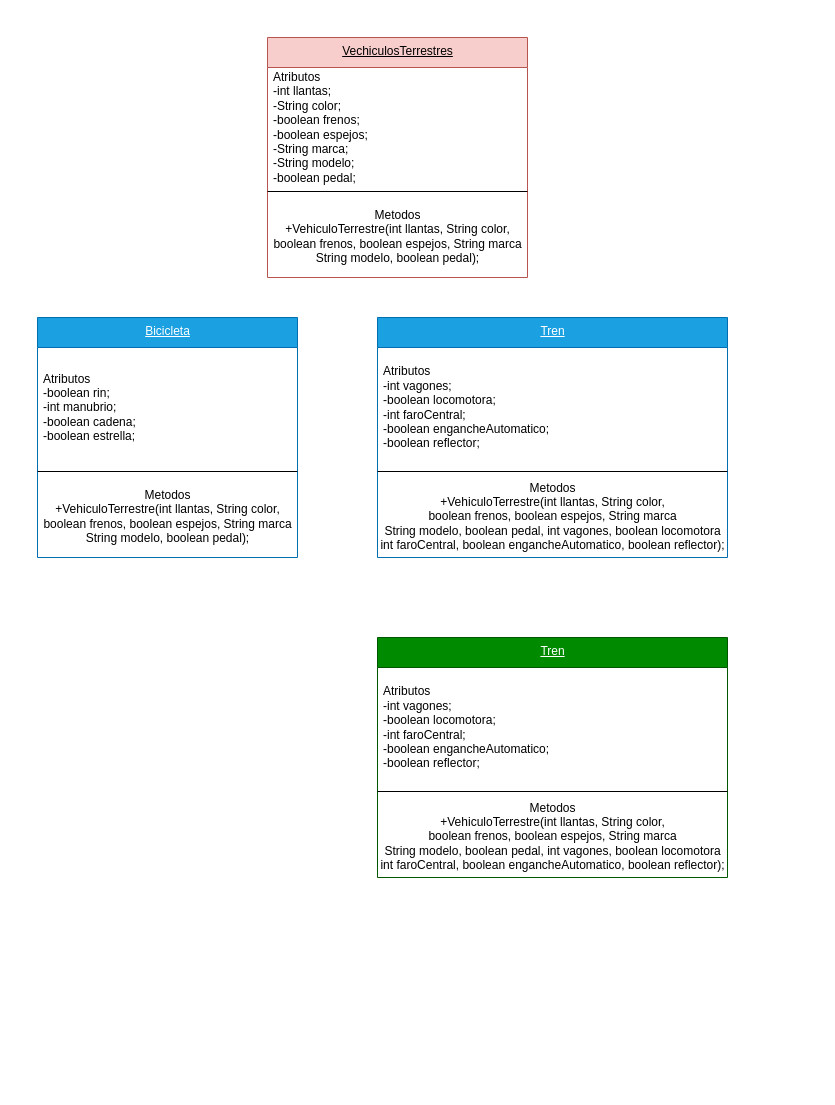
Above: page "Page-1" (1 of 2) of practica7.drawio in alan-carrasco/Pr-ctica (draw.io), before the change. Source tidied: cells renumbered, new cells numbered last; positions are measured from the earlier drawing's top-left corner, leaving out a move shared by most shapes. Both pictures are drawn from the tidied source at 100%, with x=0, y=0 at pixel (37, 37).
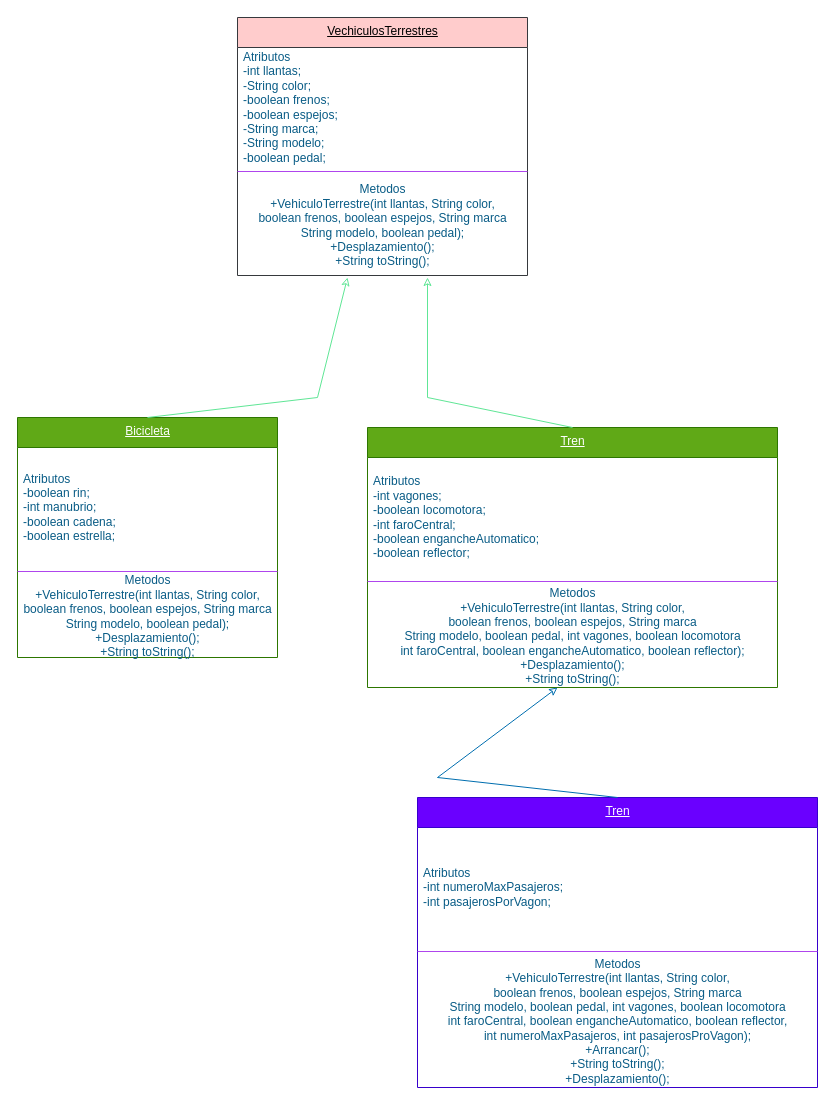
Above is the later version.

The edit, as a diff of the source:
```diff
@@
-    <mxCell id="2" value="Bicicleta" style="swimlane;fontStyle=4;align=center;verticalAlign=top;horizontal=1;startSize=30;html=1;fillColor=#1ba1e2;strokeColor=#006EAF;fontColor=#ffffff;" parent="1" vertex="1">
-      <mxGeometry y="280" width="260" height="240" as="geometry" />
+    <mxCell id="2" value="Bicicleta" style="swimlane;fontStyle=4;align=center;verticalAlign=top;horizontal=1;startSize=30;html=1;fillColor=#60a917;strokeColor=#2D7600;fontColor=#ffffff;" parent="1" vertex="1">
+      <mxGeometry x="-20" y="380" width="260" height="240" as="geometry" />
     </mxCell>
-    <mxCell id="3" value="&lt;div&gt;Atributos&lt;/div&gt;&lt;div&gt;-boolean rin;&lt;/div&gt;&lt;div&gt;-&lt;span style=&quot;white-space: pre&quot;&gt;&lt;/span&gt;int manubrio;&lt;/div&gt;&lt;div&gt;-boolean cadena;&lt;/div&gt;&lt;div&gt;-boolean estrella;&lt;/div&gt;" style="html=1;strokeColor=none;fillColor=none;align=left;verticalAlign=middle;spacingLeft=4;spacingRight=4;" parent="2" vertex="1">
+    <mxCell id="3" value="&lt;div&gt;Atributos&lt;/div&gt;&lt;div&gt;-boolean rin;&lt;/div&gt;&lt;div&gt;-&lt;span style=&quot;white-space: pre&quot;&gt;&lt;/span&gt;int manubrio;&lt;/div&gt;&lt;div&gt;-boolean cadena;&lt;/div&gt;&lt;div&gt;-boolean estrella;&lt;/div&gt;" style="html=1;strokeColor=none;fillColor=none;align=left;verticalAlign=middle;spacingLeft=4;spacingRight=4;fontColor=#095C86;" parent="2" vertex="1">
       <mxGeometry y="30" width="260" height="120" as="geometry" />
     </mxCell>
-    <mxCell id="4" style="line;strokeWidth=1;fillColor=none;align=left;verticalAlign=middle;spacingTop=-1;spacingLeft=3;spacingRight=3;labelPosition=right;" parent="2" vertex="1">
+    <mxCell id="4" style="line;strokeWidth=1;fillColor=none;align=left;verticalAlign=middle;spacingTop=-1;spacingLeft=3;spacingRight=3;labelPosition=right;strokeColor=#AF45ED;fontColor=#095C86;" parent="2" vertex="1">
       <mxGeometry y="150" width="260" height="8" as="geometry" />
     </mxCell>
-    <mxCell id="5" value="&lt;div&gt;Metodos&lt;/div&gt;&lt;div&gt;+VehiculoTerrestre(int llantas, String color, &lt;br&gt;boolean frenos, boolean espejos, String marca&lt;br&gt;String modelo, boolean pedal);&lt;br&gt;&lt;/div&gt;" style="html=1;strokeColor=none;fillColor=none;align=center;verticalAlign=middle;spacingLeft=4;spacingRight=4;" parent="2" vertex="1">
+    <mxCell id="5" value="&lt;div&gt;Metodos&lt;/div&gt;&lt;div&gt;+VehiculoTerrestre(int llantas, String color, &lt;br&gt;boolean frenos, boolean espejos, String marca&lt;br&gt;String modelo, boolean pedal);&lt;/div&gt;&lt;div&gt;+Desplazamiento();&lt;/div&gt;&lt;div&gt;+String toString();&lt;br&gt;&lt;/div&gt;" style="html=1;strokeColor=none;fillColor=none;align=center;verticalAlign=middle;spacingLeft=4;spacingRight=4;fontColor=#095C86;" parent="2" vertex="1">
       <mxGeometry y="158" width="260" height="82" as="geometry" />
     </mxCell>
-    <mxCell id="6" value="VechiculosTerrestres" style="swimlane;fontStyle=4;align=center;verticalAlign=top;horizontal=1;startSize=30;html=1;fillColor=#f8cecc;strokeColor=#b85450;" parent="1" vertex="1">
-      <mxGeometry x="230" width="260" height="240" as="geometry" />
+    <mxCell id="6" value="VechiculosTerrestres" style="swimlane;fontStyle=4;align=center;verticalAlign=top;horizontal=1;startSize=30;html=1;fillColor=#ffcccc;strokeColor=#36393d;" parent="1" vertex="1">
+      <mxGeometry x="200" y="-20" width="290" height="258" as="geometry" />
     </mxCell>
-    <mxCell id="7" value="&lt;div&gt;Atributos&lt;/div&gt;&lt;div&gt;-int llantas;&lt;/div&gt;&lt;div&gt;-&lt;span style=&quot;white-space: pre&quot;&gt;&lt;/span&gt;String color;&lt;/div&gt;&lt;div&gt;-boolean frenos;&lt;/div&gt;&lt;div&gt;-boolean espejos;&lt;/div&gt;&lt;div&gt;-String marca;&lt;/div&gt;&lt;div&gt;-String modelo;&lt;/div&gt;&lt;div&gt;-boolean pedal;&lt;br&gt;&lt;/div&gt;" style="html=1;strokeColor=none;fillColor=none;align=left;verticalAlign=middle;spacingLeft=4;spacingRight=4;" parent="6" vertex="1">
-      <mxGeometry y="30" width="260" height="120" as="geometry" />
+    <mxCell id="7" value="&lt;div&gt;Atributos&lt;/div&gt;&lt;div&gt;-int llantas;&lt;/div&gt;&lt;div&gt;-&lt;span style=&quot;white-space: pre&quot;&gt;&lt;/span&gt;String color;&lt;/div&gt;&lt;div&gt;-boolean frenos;&lt;/div&gt;&lt;div&gt;-boolean espejos;&lt;/div&gt;&lt;div&gt;-String marca;&lt;/div&gt;&lt;div&gt;-String modelo;&lt;/div&gt;&lt;div&gt;-boolean pedal;&lt;br&gt;&lt;/div&gt;" style="html=1;strokeColor=none;fillColor=none;align=left;verticalAlign=middle;spacingLeft=4;spacingRight=4;fontColor=#095C86;" parent="6" vertex="1">
+      <mxGeometry y="30" width="290" height="120" as="geometry" />
     </mxCell>
-    <mxCell id="8" style="line;strokeWidth=1;fillColor=none;align=left;verticalAlign=middle;spacingTop=-1;spacingLeft=3;spacingRight=3;labelPosition=right;" parent="6" vertex="1">
-      <mxGeometry y="150" width="260" height="8" as="geometry" />
+    <mxCell id="8" style="line;strokeWidth=1;fillColor=none;align=left;verticalAlign=middle;spacingTop=-1;spacingLeft=3;spacingRight=3;labelPosition=right;strokeColor=#AF45ED;fontColor=#095C86;" parent="6" vertex="1">
+      <mxGeometry y="150" width="290" height="8" as="geometry" />
     </mxCell>
-    <mxCell id="9" value="&lt;div&gt;Metodos&lt;/div&gt;&lt;div&gt;+VehiculoTerrestre(int llantas, String color, &lt;br&gt;boolean frenos, boolean espejos, String marca&lt;br&gt;String modelo, boolean pedal);&lt;br&gt;&lt;/div&gt;" style="html=1;strokeColor=none;fillColor=none;align=center;verticalAlign=middle;spacingLeft=4;spacingRight=4;" parent="6" vertex="1">
-      <mxGeometry y="158" width="260" height="82" as="geometry" />
+    <mxCell id="9" value="&lt;div&gt;Metodos&lt;/div&gt;&lt;div&gt;+VehiculoTerrestre(int llantas, String color, &lt;br&gt;boolean frenos, boolean espejos, String marca&lt;br&gt;String modelo, boolean pedal);&lt;/div&gt;&lt;div&gt;+Desplazamiento();&lt;/div&gt;&lt;div&gt;+String toString();&lt;br&gt;&lt;/div&gt;" style="html=1;strokeColor=none;fillColor=none;align=center;verticalAlign=middle;spacingLeft=4;spacingRight=4;fontColor=#095C86;" parent="6" vertex="1">
+      <mxGeometry y="158" width="290" height="100" as="geometry" />
     </mxCell>
-    <mxCell id="10" value="Tren" style="swimlane;fontStyle=4;align=center;verticalAlign=top;horizontal=1;startSize=30;html=1;fillColor=#1ba1e2;strokeColor=#006EAF;fontColor=#ffffff;" parent="1" vertex="1">
-      <mxGeometry x="340" y="280" width="350" height="240" as="geometry" />
+    <mxCell id="10" value="Tren" style="swimlane;fontStyle=4;align=center;verticalAlign=top;horizontal=1;startSize=30;html=1;fillColor=#60a917;strokeColor=#2D7600;fontColor=#ffffff;" parent="1" vertex="1">
+      <mxGeometry x="330" y="390" width="410" height="260" as="geometry" />
     </mxCell>
-    <mxCell id="11" value="&lt;div&gt;Atributos&lt;/div&gt;&lt;div&gt;-int vagones;&lt;/div&gt;&lt;div&gt;-&lt;span style=&quot;white-space: pre&quot;&gt;&lt;/span&gt;boolean locomotora;&lt;/div&gt;&lt;div&gt;-int faroCentral;&lt;/div&gt;&lt;div&gt;-boolean engancheAutomatico;&lt;/div&gt;&lt;div&gt;-boolean reflector;&lt;/div&gt;" style="html=1;strokeColor=none;fillColor=none;align=left;verticalAlign=middle;spacingLeft=4;spacingRight=4;" parent="10" vertex="1">
-      <mxGeometry y="30" width="350" height="120" as="geometry" />
+    <mxCell id="11" value="&lt;div&gt;Atributos&lt;/div&gt;&lt;div&gt;-int vagones;&lt;/div&gt;&lt;div&gt;-&lt;span style=&quot;white-space: pre&quot;&gt;&lt;/span&gt;boolean locomotora;&lt;/div&gt;&lt;div&gt;-int faroCentral;&lt;/div&gt;&lt;div&gt;-boolean engancheAutomatico;&lt;/div&gt;&lt;div&gt;-boolean reflector;&lt;/div&gt;" style="html=1;strokeColor=none;fillColor=none;align=left;verticalAlign=middle;spacingLeft=4;spacingRight=4;fontColor=#095C86;" parent="10" vertex="1">
+      <mxGeometry y="30" width="410" height="120" as="geometry" />
     </mxCell>
-    <mxCell id="12" style="line;strokeWidth=1;fillColor=none;align=left;verticalAlign=middle;spacingTop=-1;spacingLeft=3;spacingRight=3;labelPosition=right;" parent="10" vertex="1">
-      <mxGeometry y="150" width="350" height="8" as="geometry" />
+    <mxCell id="12" style="line;strokeWidth=1;fillColor=none;align=left;verticalAlign=middle;spacingTop=-1;spacingLeft=3;spacingRight=3;labelPosition=right;strokeColor=#AF45ED;fontColor=#095C86;" parent="10" vertex="1">
+      <mxGeometry y="150" width="410" height="8" as="geometry" />
     </mxCell>
-    <mxCell id="13" value="&lt;div&gt;Metodos&lt;/div&gt;&lt;div&gt;+VehiculoTerrestre(int llantas, String color, &lt;br&gt;boolean frenos, boolean espejos, String marca&lt;br&gt;String modelo, boolean pedal, int vagones, boolean locomotora&lt;br&gt;int faroCentral, boolean engancheAutomatico, boolean reflector);&lt;br&gt;&lt;/div&gt;" style="html=1;strokeColor=none;fillColor=none;align=center;verticalAlign=middle;spacingLeft=4;spacingRight=4;" parent="10" vertex="1">
-      <mxGeometry y="158" width="350" height="82" as="geometry" />
+    <mxCell id="13" value="&lt;div&gt;Metodos&lt;/div&gt;&lt;div&gt;+VehiculoTerrestre(int llantas, String color, &lt;br&gt;boolean frenos, boolean espejos, String marca&lt;br&gt;String modelo, boolean pedal, int vagones, boolean locomotora&lt;br&gt;int faroCentral, boolean engancheAutomatico, boolean reflector);&lt;/div&gt;&lt;div&gt;+Desplazamiento();&lt;/div&gt;&lt;div&gt;+String toString();&lt;br&gt;&lt;/div&gt;" style="html=1;strokeColor=none;fillColor=none;align=center;verticalAlign=middle;spacingLeft=4;spacingRight=4;fontColor=#095C86;" parent="10" vertex="1">
+      <mxGeometry y="158" width="410" height="102" as="geometry" />
     </mxCell>
-    <mxCell id="14" value="Tren" style="swimlane;fontStyle=4;align=center;verticalAlign=top;horizontal=1;startSize=30;html=1;fillColor=#008a00;strokeColor=#005700;fontColor=#ffffff;" parent="1" vertex="1">
-      <mxGeometry x="340" y="600" width="350" height="240" as="geometry" />
+    <mxCell id="14" value="Tren" style="swimlane;fontStyle=4;align=center;verticalAlign=top;horizontal=1;startSize=30;html=1;fillColor=#6a00ff;strokeColor=#3700CC;fontColor=#ffffff;" parent="1" vertex="1">
+      <mxGeometry x="380" y="760" width="400" height="290" as="geometry" />
     </mxCell>
-    <mxCell id="15" value="&lt;div&gt;Atributos&lt;/div&gt;&lt;div&gt;-int vagones;&lt;/div&gt;&lt;div&gt;-&lt;span style=&quot;white-space: pre&quot;&gt;&lt;/span&gt;boolean locomotora;&lt;/div&gt;&lt;div&gt;-int faroCentral;&lt;/div&gt;&lt;div&gt;-boolean engancheAutomatico;&lt;/div&gt;&lt;div&gt;-boolean reflector;&lt;/div&gt;" style="html=1;strokeColor=none;fillColor=none;align=left;verticalAlign=middle;spacingLeft=4;spacingRight=4;" parent="14" vertex="1">
-      <mxGeometry y="30" width="350" height="120" as="geometry" />
+    <mxCell id="15" value="&lt;div&gt;Atributos&lt;/div&gt;&lt;div&gt;-int numeroMaxPasajeros;&lt;/div&gt;&lt;div&gt;-int pasajerosPorVagon;&lt;/div&gt;" style="html=1;strokeColor=none;fillColor=none;align=left;verticalAlign=middle;spacingLeft=4;spacingRight=4;fontColor=#095C86;" parent="14" vertex="1">
+      <mxGeometry y="30" width="400" height="120" as="geometry" />
     </mxCell>
-    <mxCell id="16" style="line;strokeWidth=1;fillColor=none;align=left;verticalAlign=middle;spacingTop=-1;spacingLeft=3;spacingRight=3;labelPosition=right;" parent="14" vertex="1">
-      <mxGeometry y="150" width="350" height="8" as="geometry" />
+    <mxCell id="16" style="line;strokeWidth=1;fillColor=none;align=left;verticalAlign=middle;spacingTop=-1;spacingLeft=3;spacingRight=3;labelPosition=right;strokeColor=#AF45ED;fontColor=#095C86;" parent="14" vertex="1">
+      <mxGeometry y="150" width="400" height="8" as="geometry" />
     </mxCell>
-    <mxCell id="17" value="&lt;div&gt;Metodos&lt;/div&gt;&lt;div&gt;+VehiculoTerrestre(int llantas, String color, &lt;br&gt;boolean frenos, boolean espejos, String marca&lt;br&gt;String modelo, boolean pedal, int vagones, boolean locomotora&lt;br&gt;int faroCentral, boolean engancheAutomatico, boolean reflector);&lt;br&gt;&lt;/div&gt;" style="html=1;strokeColor=none;fillColor=none;align=center;verticalAlign=middle;spacingLeft=4;spacingRight=4;" parent="14" vertex="1">
-      <mxGeometry y="158" width="350" height="82" as="geometry" />
+    <mxCell id="17" value="&lt;div&gt;Metodos&lt;/div&gt;&lt;div&gt;+VehiculoTerrestre(int llantas, String color, &lt;br&gt;boolean frenos, boolean espejos, String marca&lt;br&gt;String modelo, boolean pedal, int vagones, boolean locomotora&lt;br&gt;int faroCentral, boolean engancheAutomatico, boolean reflector,&lt;br&gt;int numeroMaxPasajeros, int pasajerosProVagon);&lt;/div&gt;&lt;div&gt;+Arrancar();&lt;/div&gt;&lt;div&gt;+String toString();&lt;/div&gt;&lt;div&gt;+Desplazamiento();&lt;br&gt;&lt;/div&gt;" style="html=1;strokeColor=none;fillColor=none;align=center;verticalAlign=middle;spacingLeft=4;spacingRight=4;fontColor=#095C86;" parent="14" vertex="1">
+      <mxGeometry y="158" width="400" height="132" as="geometry" />
     </mxCell>
+    <mxCell id="18" style="endArrow=classic;html=1;rounded=0;exitX=0.5;exitY=0;exitDx=0;exitDy=0;strokeColor=#60E696;endFill=0;strokeWidth=1;startSize=35;fillColor=#F694C1;fontColor=#095C86;" parent="1" edge="1" source="10">
+      <mxGeometry relative="1" as="geometry">
+        <mxPoint x="390" y="240" as="targetPoint" />
+        <Array as="points">
+          <mxPoint x="390" y="360" />
+        </Array>
+      </mxGeometry>
+    </mxCell>
+    <mxCell id="19" style="endArrow=classic;html=1;rounded=0;exitX=0.5;exitY=0;exitDx=0;exitDy=0;strokeColor=#60E696;endFill=0;strokeWidth=1;startSize=35;fillColor=#F694C1;fontColor=#095C86;" parent="1" edge="1" source="2">
+      <mxGeometry relative="1" as="geometry">
+        <mxPoint x="310" y="240" as="targetPoint" />
+        <Array as="points">
+          <mxPoint x="280" y="360" />
+        </Array>
+      </mxGeometry>
+    </mxCell>
+    <mxCell id="20" style="endArrow=classic;html=1;rounded=0;exitX=0.5;exitY=0;exitDx=0;exitDy=0;strokeColor=#006EAF;endFill=0;strokeWidth=1;startSize=35;fillColor=#1ba1e2;fontColor=#095C86;" parent="1" edge="1" source="14">
+      <mxGeometry relative="1" as="geometry">
+        <mxPoint x="520" y="650" as="targetPoint" />
+        <Array as="points">
+          <mxPoint x="400" y="740" />
+        </Array>
+      </mxGeometry>
+    </mxCell>
```
